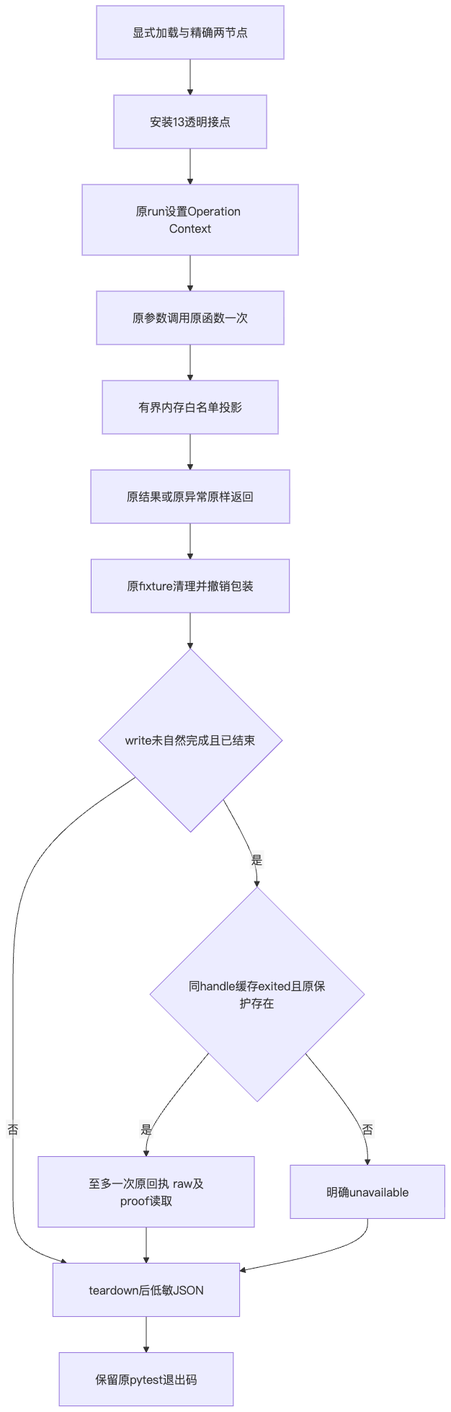
This is docs/validation/windows-minimum-commit-probe-2026-10-01-v1/diagrams/flow.png from carrie1988/Harnessix, a Mermaid export, as it was before one commit. Its source is kept beside it as docs/validation/windows-minimum-commit-probe-2026-10-01-v1/diagrams/flow.mmd.
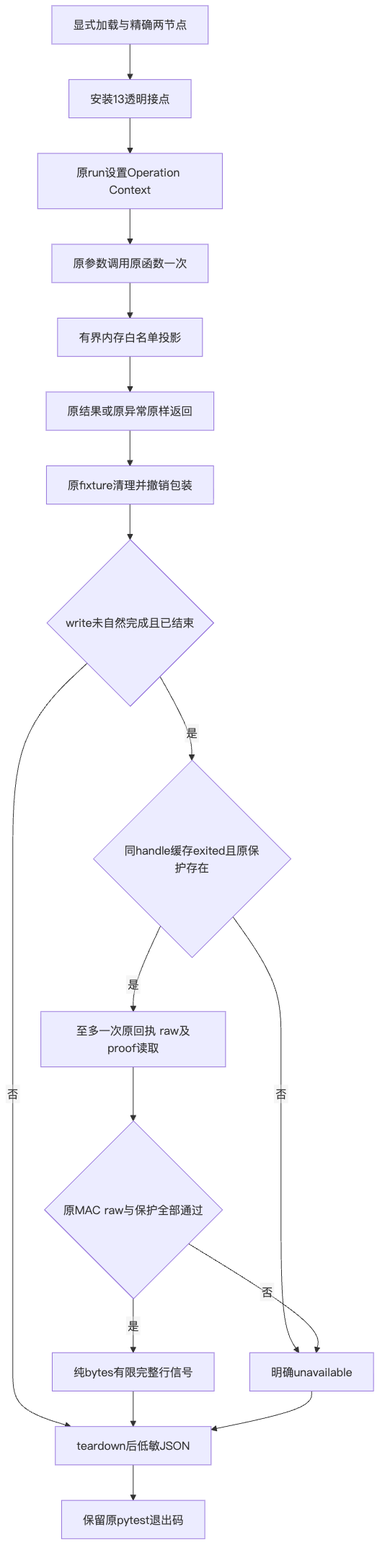
After the change.

Change to the diagram source:
```diff
@@ -10,6 +10,9 @@
   Need -->|是| Gate{同handle缓存exited且原保护存在}
   Gate -->|否| Missing[明确unavailable]
   Gate -->|是| Once[至多一次原回执 raw及proof读取]
-  Once --> Publish
+  Once --> Verified{原MAC raw与保护全部通过}
+  Verified -->|是| Signals[纯bytes有限完整行信号]
+  Signals --> Publish
+  Verified -->|否| Missing
   Missing --> Publish
   Publish --> Exit[保留原pytest退出码]
```
